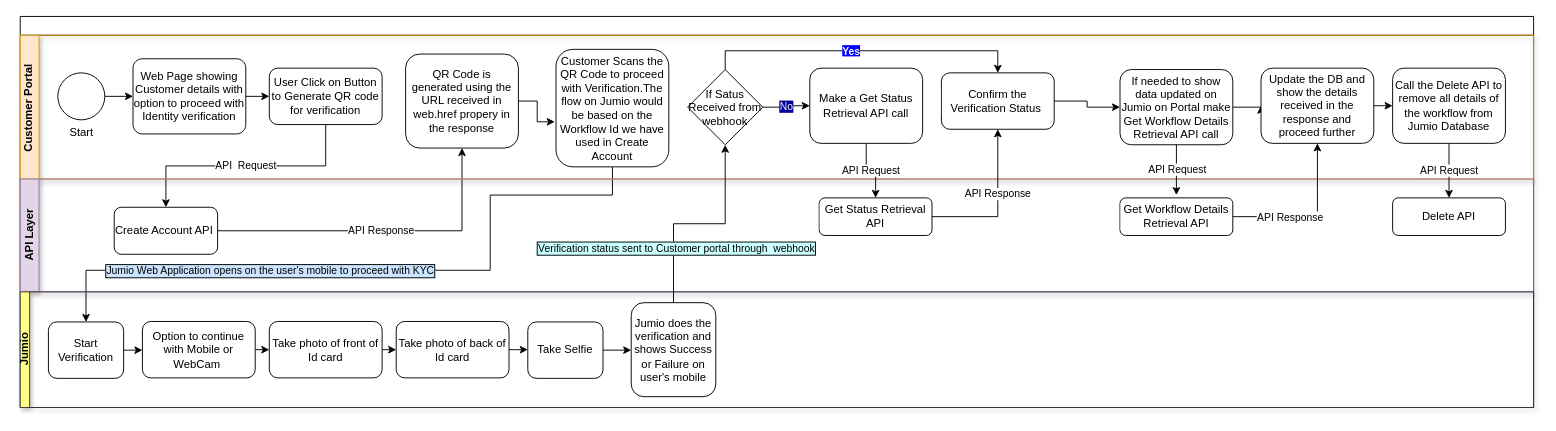
Before: Untitled Diagram.drawio in janmejayshah11/FirstRepo, a draw.io diagram. Source tidied: cells renumbered, new cells numbered last; positions are measured from the earlier drawing's top-left corner, leaving out a move shared by most shapes. Both pictures are drawn from the tidied source at 94%, with x=0, y=0 at pixel (20, 16).
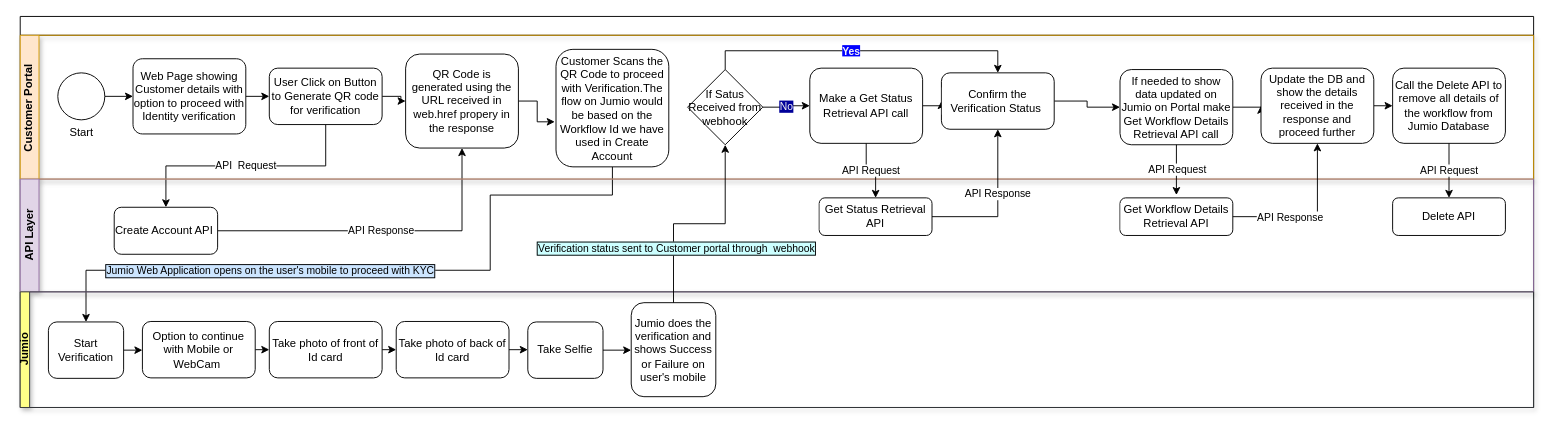
Above is the later version.

Unchanged cells that the change refers to:
```xml
<mxCell id="7" value="Customer Portal&amp;nbsp;" style="swimlane;html=1;startSize=20;horizontal=0;fillColor=#ffe6cc;strokeColor=#D79B00;gradientColor=none;shadow=1;" parent="2" vertex="1">
  <mxGeometry y="20" width="1610" height="153" as="geometry" />
</mxCell>
<mxCell id="12" value="User Click on Button to Generate QR code for verification" style="rounded=1;whiteSpace=wrap;html=1;" parent="7" vertex="1">
  <mxGeometry x="265" y="35" width="120" height="60" as="geometry" />
</mxCell>
<mxCell id="14" value="QR Code is generated using the URL received in web.href propery in the response" style="rounded=1;whiteSpace=wrap;html=1;" parent="7" vertex="1">
  <mxGeometry x="410" y="20" width="120" height="100" as="geometry" />
</mxCell>
<mxCell id="22" value="Make a Get Status Retrieval API call" style="rounded=1;whiteSpace=wrap;html=1;labelBackgroundColor=none;labelBorderColor=none;" parent="7" vertex="1">
  <mxGeometry x="840" y="35" width="120" height="80" as="geometry" />
</mxCell>
<mxCell id="24" value="Confirm the Verification Status&amp;nbsp;" style="rounded=1;whiteSpace=wrap;html=1;labelBackgroundColor=#FFFFFF;labelBorderColor=none;fontColor=#000000;" parent="7" vertex="1">
  <mxGeometry x="980" y="40" width="120" height="60" as="geometry" />
</mxCell>
```

Change to the diagram source:
```diff
@@
+    <mxCell id="54" style="edgeStyle=orthogonalEdgeStyle;rounded=0;jettySize=auto;html=1;exitX=1;exitY=0.5;exitDx=0;exitDy=0;" parent="7" edge="1" source="12" target="14">
+      <mxGeometry relative="1" as="geometry" />
+    </mxCell>
@@
+    <mxCell id="55" style="edgeStyle=orthogonalEdgeStyle;rounded=0;jettySize=auto;html=1;exitX=1;exitY=0.5;exitDx=0;exitDy=0;entryX=0;entryY=0.5;entryDx=0;entryDy=0;" parent="7" edge="1" source="22" target="24">
+      <mxGeometry relative="1" as="geometry" />
+    </mxCell>
```
